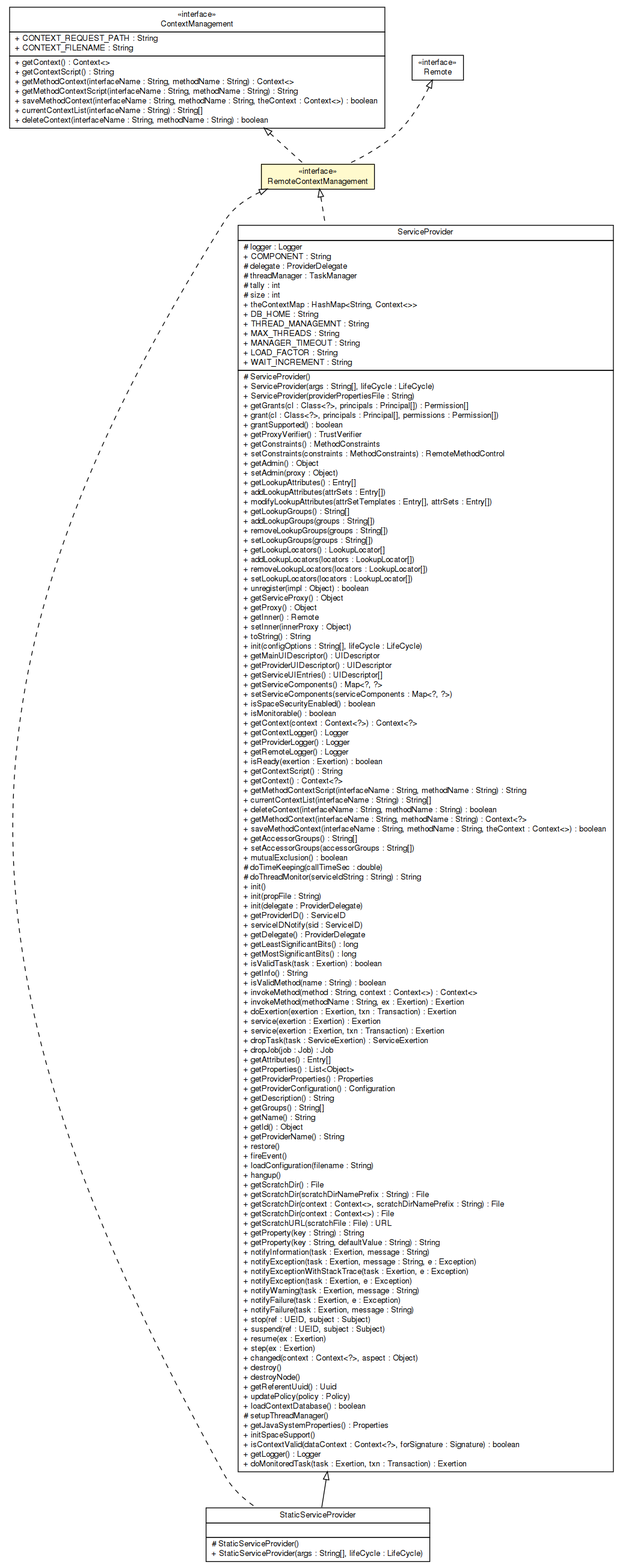
Above: apidocs/sorcer/core/RemoteContextManagement.png in sorcersoft/sorcersoft.github.io (Graphviz), before the change. Its source is kept beside it as apidocs/sorcer/core/RemoteContextManagement.dot.
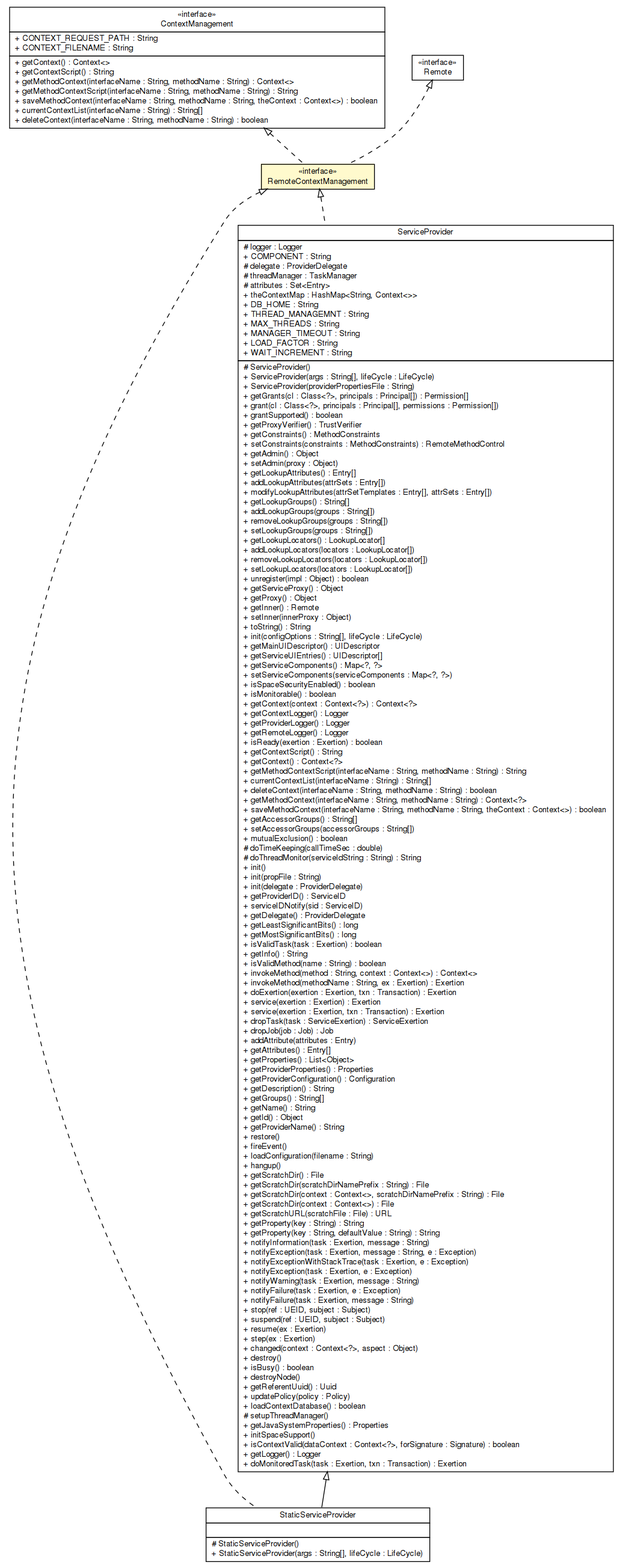
Above is the later version.

The edit, as a diff of the source:
```diff
@@ -4,13 +4,13 @@
 	node [fontname="Helvetica",fontsize=10,shape=plaintext];
 	nodesep=0.25;
 	ranksep=0.5;
-	c265540 [label=<<table title="sorcer.core.RemoteContextManagement" border="0" cellborder="1" cellspacing="0" cellpadding="2" port="p" bgcolor="lemonChiffon" href="./RemoteContextManagement.html">
+	c372102 [label=<<table title="sorcer.core.RemoteContextManagement" border="0" cellborder="1" cellspacing="0" cellpadding="2" port="p" bgcolor="lemonChiffon" href="./RemoteContextManagement.html">
 		<tr><td><table border="0" cellspacing="0" cellpadding="1">
 <tr><td align="center" balign="center"> &#171;interface&#187; </td></tr>
 <tr><td align="center" balign="center"> RemoteContextManagement </td></tr>
 		</table></td></tr>
 		</table>>, URL="./RemoteContextManagement.html", fontname="Helvetica", fontcolor="black", fontsize=10.0];
-	c265545 [label=<<table title="sorcer.core.ContextManagement" border="0" cellborder="1" cellspacing="0" cellpadding="2" port="p" href="./ContextManagement.html">
+	c372107 [label=<<table title="sorcer.core.ContextManagement" border="0" cellborder="1" cellspacing="0" cellpadding="2" port="p" href="./ContextManagement.html">
 		<tr><td><table border="0" cellspacing="0" cellpadding="1">
 <tr><td align="center" balign="center"> &#171;interface&#187; </td></tr>
 <tr><td align="center" balign="center"> ContextManagement </td></tr>
@@ -29,7 +29,7 @@
 <tr><td align="left" balign="left"> + deleteContext(interfaceName : String, methodName : String) : boolean </td></tr>
 		</table></td></tr>
 		</table>>, URL="./ContextManagement.html", fontname="Helvetica", fontcolor="black", fontsize=10.0];
-	c265565 [label=<<table title="sorcer.core.provider.StaticServiceProvider" border="0" cellborder="1" cellspacing="0" cellpadding="2" port="p" href="./provider/StaticServiceProvider.html">
+	c372138 [label=<<table title="sorcer.core.provider.StaticServiceProvider" border="0" cellborder="1" cellspacing="0" cellpadding="2" port="p" href="./provider/StaticServiceProvider.html">
 		<tr><td><table border="0" cellspacing="0" cellpadding="1">
 <tr><td align="center" balign="center"> StaticServiceProvider </td></tr>
 		</table></td></tr>
@@ -41,7 +41,7 @@
 <tr><td align="left" balign="left"> + StaticServiceProvider(args : String[], lifeCycle : LifeCycle) </td></tr>
 		</table></td></tr>
 		</table>>, URL="./provider/StaticServiceProvider.html", fontname="Helvetica", fontcolor="black", fontsize=10.0];
-	c265573 [label=<<table title="sorcer.core.provider.ServiceProvider" border="0" cellborder="1" cellspacing="0" cellpadding="2" port="p" href="./provider/ServiceProvider.html">
+	c372145 [label=<<table title="sorcer.core.provider.ServiceProvider" border="0" cellborder="1" cellspacing="0" cellpadding="2" port="p" href="./provider/ServiceProvider.html">
 		<tr><td><table border="0" cellspacing="0" cellpadding="1">
 <tr><td align="center" balign="center"> ServiceProvider </td></tr>
 		</table></td></tr>
@@ -50,8 +50,7 @@
 <tr><td align="left" balign="left"> + COMPONENT : String </td></tr>
 <tr><td align="left" balign="left"> # delegate : ProviderDelegate </td></tr>
 <tr><td align="left" balign="left"> # threadManager : TaskManager </td></tr>
-<tr><td align="left" balign="left"> # tally : int </td></tr>
-<tr><td align="left" balign="left"> # size : int </td></tr>
+<tr><td align="left" balign="left"> # attributes : Set&lt;Entry&gt; </td></tr>
 <tr><td align="left" balign="left"> + theContextMap : HashMap&lt;String, Context&lt;&gt;&gt; </td></tr>
 <tr><td align="left" balign="left"> + DB_HOME : String </td></tr>
 <tr><td align="left" balign="left"> + THREAD_MANAGEMNT : String </td></tr>
@@ -91,7 +90,6 @@
 <tr><td align="left" balign="left"> + toString() : String </td></tr>
 <tr><td align="left" balign="left"> + init(configOptions : String[], lifeCycle : LifeCycle) </td></tr>
 <tr><td align="left" balign="left"> + getMainUIDescriptor() : UIDescriptor </td></tr>
-<tr><td align="left" balign="left"> + getProviderUIDescriptor() : UIDescriptor </td></tr>
 <tr><td align="left" balign="left"> + getServiceUIEntries() : UIDescriptor[] </td></tr>
 <tr><td align="left" balign="left"> + getServiceComponents() : Map&lt;?, ?&gt; </td></tr>
 <tr><td align="left" balign="left"> + setServiceComponents(serviceComponents : Map&lt;?, ?&gt;) </td></tr>
@@ -132,6 +130,7 @@
 <tr><td align="left" balign="left"> + service(exertion : Exertion, txn : Transaction) : Exertion </td></tr>
 <tr><td align="left" balign="left"> + dropTask(task : ServiceExertion) : ServiceExertion </td></tr>
 <tr><td align="left" balign="left"> + dropJob(job : Job) : Job </td></tr>
+<tr><td align="left" balign="left"> + addAttribute(attributes : Entry) </td></tr>
 <tr><td align="left" balign="left"> + getAttributes() : Entry[] </td></tr>
 <tr><td align="left" balign="left"> + getProperties() : List&lt;Object&gt; </td></tr>
 <tr><td align="left" balign="left"> + getProviderProperties() : Properties </td></tr>
@@ -165,6 +164,7 @@
 <tr><td align="left" balign="left"> + step(ex : Exertion) </td></tr>
 <tr><td align="left" balign="left"> + changed(context : Context&lt;?&gt;, aspect : Object) </td></tr>
 <tr><td align="left" balign="left"> + destroy() </td></tr>
+<tr><td align="left" balign="left"> + isBusy() : boolean </td></tr>
 <tr><td align="left" balign="left"> + destroyNode() </td></tr>
 <tr><td align="left" balign="left"> + getReferentUuid() : Uuid </td></tr>
 <tr><td align="left" balign="left"> + updatePolicy(policy : Policy) </td></tr>
@@ -177,12 +177,12 @@
 <tr><td align="left" balign="left"> + doMonitoredTask(task : Exertion, txn : Transaction) : Exertion </td></tr>
 		</table></td></tr>
 		</table>>, URL="./provider/ServiceProvider.html", fontname="Helvetica", fontcolor="black", fontsize=10.0];
-	c265545:p -> c265540:p [dir=back,arrowtail=empty,style=dashed];
-	c266047:p -> c265540:p [dir=back,arrowtail=empty,style=dashed];
-	c265573:p -> c265565:p [dir=back,arrowtail=empty];
-	c265540:p -> c265565:p [dir=back,arrowtail=empty,style=dashed];
-	c265540:p -> c265573:p [dir=back,arrowtail=empty,style=dashed];
-	c266047 [label=<<table title="java.rmi.Remote" border="0" cellborder="1" cellspacing="0" cellpadding="2" port="p" href="http://docs.oracle.com/javase/7/docs/api/java/rmi/Remote.html">
+	c372107:p -> c372102:p [dir=back,arrowtail=empty,style=dashed];
+	c372699:p -> c372102:p [dir=back,arrowtail=empty,style=dashed];
+	c372145:p -> c372138:p [dir=back,arrowtail=empty];
+	c372102:p -> c372138:p [dir=back,arrowtail=empty,style=dashed];
+	c372102:p -> c372145:p [dir=back,arrowtail=empty,style=dashed];
+	c372699 [label=<<table title="java.rmi.Remote" border="0" cellborder="1" cellspacing="0" cellpadding="2" port="p" href="http://docs.oracle.com/javase/7/docs/api/java/rmi/Remote.html">
 		<tr><td><table border="0" cellspacing="0" cellpadding="1">
 <tr><td align="center" balign="center"> &#171;interface&#187; </td></tr>
 <tr><td align="center" balign="center"> Remote </td></tr>
```
